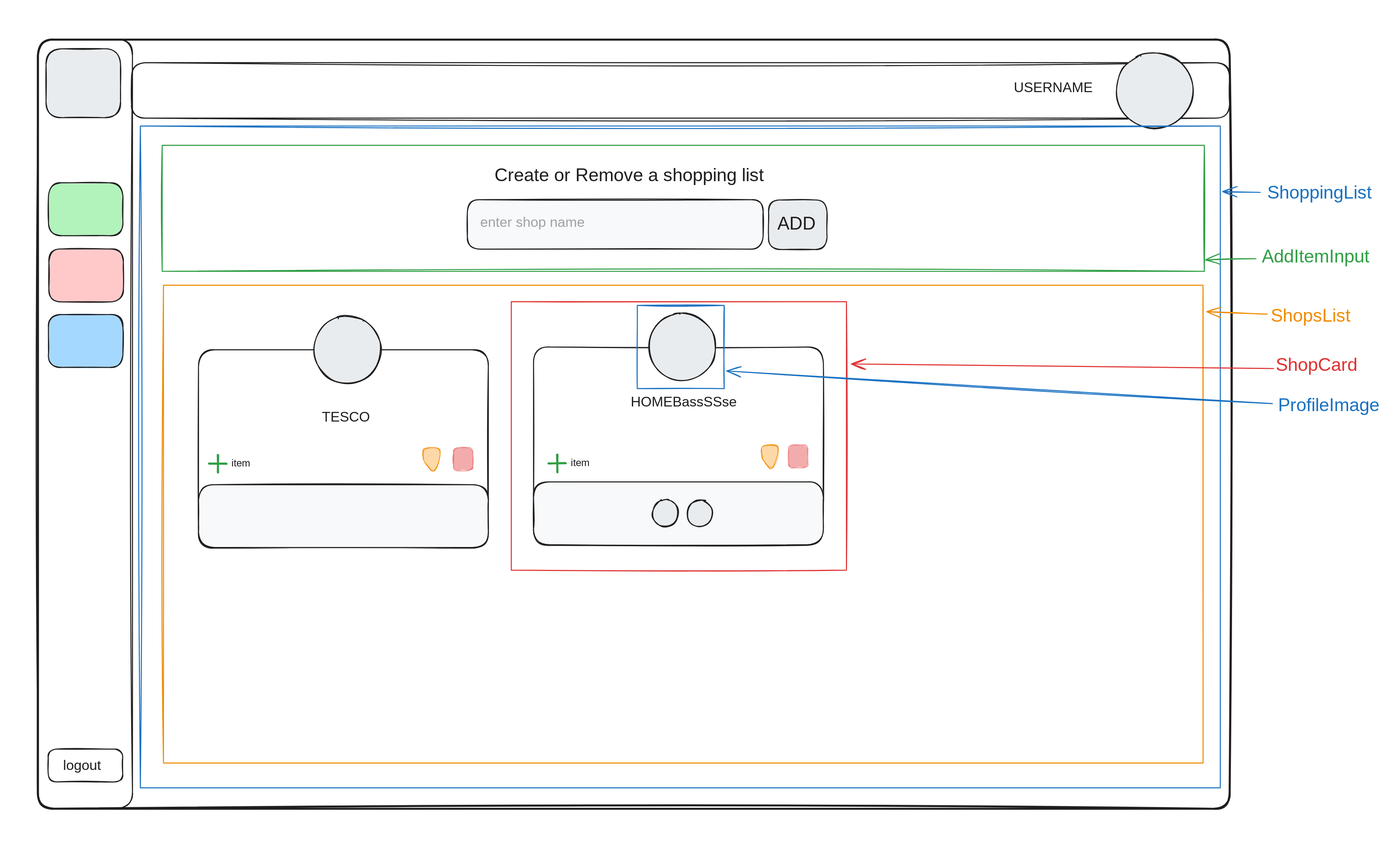
This is docs/wireframes/shopping_list/shopping_list-components.excalidraw.svg from AliMcG/our-house-app, a Excalidraw export, as it was before one commit. Source tidied: one line per element, renumbered; positions are measured from the earlier drawing's top-left corner, leaving out a move shared by most shapes.
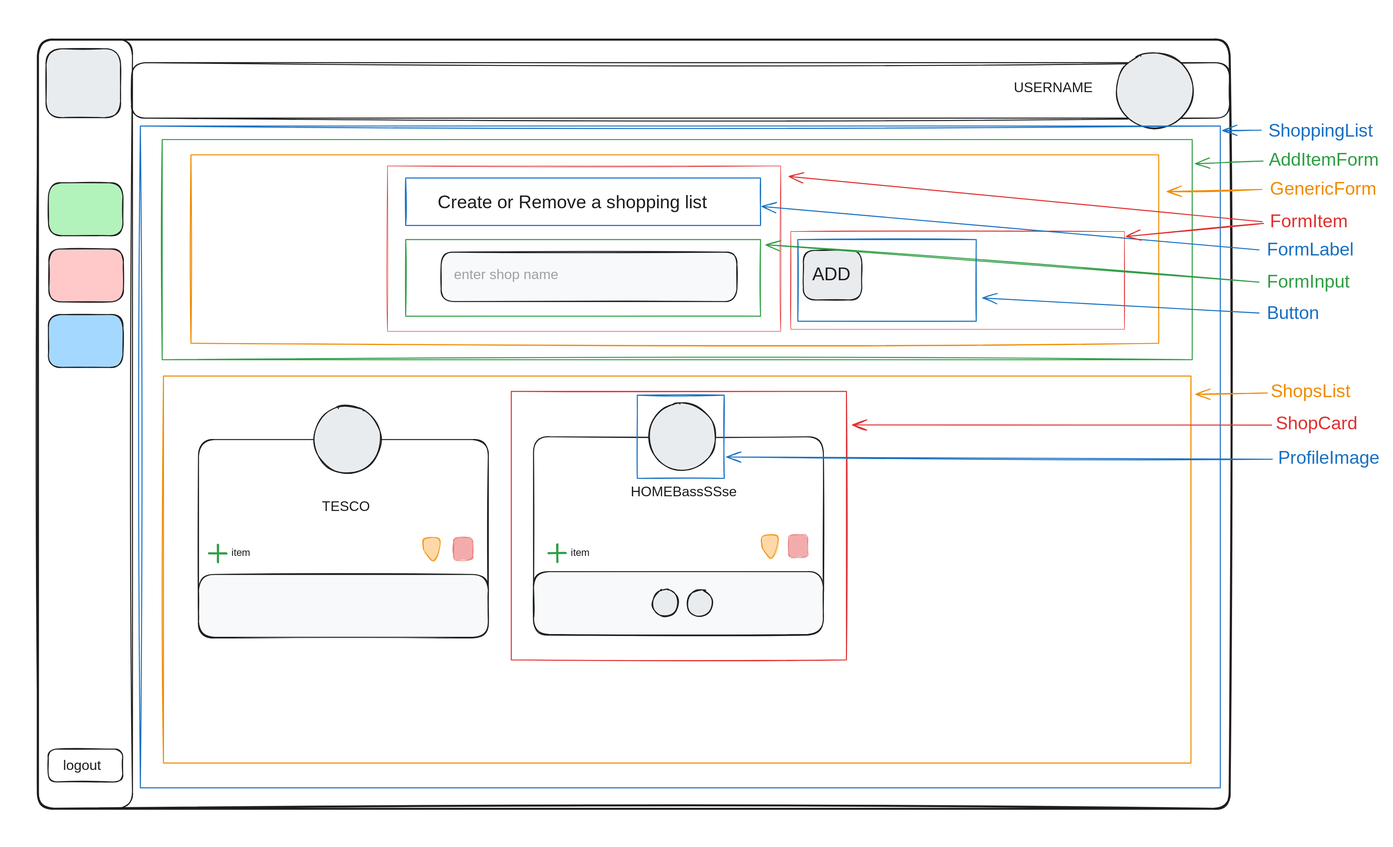
After the commit.

Commit message:
docs: update shopping list components design to reflect new modular AddItemsForm component

the AddItemForm component will allow us to use this component in 4 different location keeping the code DRY. Locations are creating a shopping list, shopping list items, create a chores list, chore list items

Diff of the diagram source:
```diff
@@ -9,45 +9,62 @@
 {"id": 8, "type": "text", "text": "USERNAME", "strokeColor": "#1e1e1e", "strokeWidth": 2, "roughness": 1, "fontSize": 28, "fontFamily": 1, "x": 2001, "y": 147, "width": 152, "height": 35}
 {"id": 9, "type": "ellipse", "strokeColor": "#1e1e1e", "backgroundColor": "#e9ecef", "fillStyle": "solid", "strokeWidth": 2, "roughness": 1, "round": true, "x": 2204, "y": 95, "width": 153, "height": 150}
 {"id": 10, "type": "text", "text": "logout", "strokeColor": "#1e1e1e", "strokeWidth": 2, "roughness": 1, "fontSize": 28, "fontFamily": 1, "x": 115, "y": 1492, "width": 84, "height": 35}
-{"id": 11, "type": "rectangle", "strokeColor": "#1e1e1e", "backgroundColor": "#f8f9fa", "fillStyle": "solid", "strokeWidth": 2, "roughness": 1, "round": true, "x": 917, "y": 386, "width": 587, "height": 98}
+{"id": 11, "type": "rectangle", "strokeColor": "#1e1e1e", "backgroundColor": "#f8f9fa", "fillStyle": "solid", "strokeWidth": 2, "roughness": 1, "round": true, "x": 865, "y": 490, "width": 587, "height": 98}
-{"id": 12, "type": "rectangle", "strokeColor": "#1e1e1e", "backgroundColor": "#e9ecef", "fillStyle": "solid", "strokeWidth": 2, "roughness": 1, "round": true, "x": 1515, "y": 386, "width": 116, "height": 98}
+{"id": 12, "type": "rectangle", "strokeColor": "#1e1e1e", "backgroundColor": "#e9ecef", "fillStyle": "solid", "strokeWidth": 2, "roughness": 1, "round": true, "x": 1584, "y": 486, "width": 116, "height": 98}
-{"id": 13, "type": "text", "text": "ADD", "strokeColor": "#1e1e1e", "strokeWidth": 2, "roughness": 1, "fontSize": 36, "fontFamily": 1, "x": 1533, "y": 413, "width": 80, "height": 45}
+{"id": 13, "type": "text", "text": "ADD", "strokeColor": "#1e1e1e", "strokeWidth": 2, "roughness": 1, "fontSize": 36, "fontFamily": 1, "x": 1602, "y": 513, "width": 80, "height": 45}
-{"id": 14, "type": "text", "text": "Create or Remove a shopping list", "strokeColor": "#1e1e1e", "strokeWidth": 2, "roughness": 1, "fontSize": 36, "fontFamily": 1, "x": 971, "y": 317, "width": 590, "height": 45}
+{"id": 14, "type": "text", "text": "Create or Remove a shopping list", "strokeColor": "#1e1e1e", "strokeWidth": 2, "roughness": 1, "fontSize": 36, "fontFamily": 1, "x": 858, "y": 371, "width": 590, "height": 45}
-{"id": 15, "type": "text", "text": "enter shop name", "strokeColor": "#1e1e1e", "strokeWidth": 2, "roughness": 1, "opacity": 40, "fontSize": 28, "fontFamily": 1, "x": 942, "y": 414, "width": 223, "height": 35}
+{"id": 15, "type": "text", "text": "enter shop name", "strokeColor": "#1e1e1e", "strokeWidth": 2, "roughness": 1, "opacity": 40, "fontSize": 28, "fontFamily": 1, "x": 890, "y": 518, "width": 223, "height": 35}
-{"id": 16, "type": "rectangle", "strokeColor": "#1e1e1e", "backgroundColor": "#ffffff", "fillStyle": "solid", "strokeWidth": 2, "roughness": 1, "round": true, "x": 384, "y": 684, "width": 575, "height": 393}
+{"id": 16, "type": "rectangle", "strokeColor": "#1e1e1e", "backgroundColor": "#ffffff", "fillStyle": "solid", "strokeWidth": 2, "roughness": 1, "round": true, "x": 384, "y": 862, "width": 575, "height": 393}
-{"id": 17, "type": "rectangle", "strokeColor": "#1e1e1e", "backgroundColor": "#f8f9fa", "fillStyle": "solid", "strokeWidth": 2, "roughness": 1, "round": true, "x": 384, "y": 951, "width": 575, "height": 125}
+{"id": 17, "type": "rectangle", "strokeColor": "#1e1e1e", "backgroundColor": "#f8f9fa", "fillStyle": "solid", "strokeWidth": 2, "roughness": 1, "round": true, "x": 384, "y": 1129, "width": 575, "height": 125}
-{"id": 18, "type": "text", "text": "TESCO", "strokeColor": "#1e1e1e", "strokeWidth": 2, "roughness": 1, "fontSize": 28, "fontFamily": 1, "x": 629, "y": 800, "width": 97, "height": 35}
+{"id": 18, "type": "text", "text": "TESCO", "strokeColor": "#1e1e1e", "strokeWidth": 2, "roughness": 1, "fontSize": 28, "fontFamily": 1, "x": 629, "y": 978, "width": 97, "height": 35}
-{"id": 19, "type": "ellipse", "strokeColor": "#1e1e1e", "backgroundColor": "#e9ecef", "fillStyle": "solid", "strokeWidth": 2, "roughness": 1, "round": true, "x": 613, "y": 617, "width": 133, "height": 134}
+{"id": 19, "type": "ellipse", "strokeColor": "#1e1e1e", "backgroundColor": "#e9ecef", "fillStyle": "solid", "strokeWidth": 2, "roughness": 1, "round": true, "x": 613, "y": 795, "width": 133, "height": 134}
-{"id": 20, "type": "rectangle", "strokeColor": "#e03131", "backgroundColor": "#e03131", "fillStyle": "solid", "strokeWidth": 2, "roughness": 1, "opacity": 40, "round": true, "x": 890, "y": 878, "width": 38, "height": 46}
+{"id": 20, "type": "rectangle", "strokeColor": "#e03131", "backgroundColor": "#e03131", "fillStyle": "solid", "strokeWidth": 2, "roughness": 1, "opacity": 40, "round": true, "x": 890, "y": 1056, "width": 38, "height": 46}
-{"id": 21, "type": "rectangle", "strokeColor": "#1e1e1e", "backgroundColor": "#ffffff", "fillStyle": "solid", "strokeWidth": 2, "roughness": 1, "round": true, "x": 1049, "y": 678, "width": 575, "height": 393}
+{"id": 21, "type": "rectangle", "strokeColor": "#1e1e1e", "backgroundColor": "#ffffff", "fillStyle": "solid", "strokeWidth": 2, "roughness": 1, "round": true, "x": 1049, "y": 856, "width": 575, "height": 393}
-{"id": 22, "type": "rectangle", "strokeColor": "#1e1e1e", "backgroundColor": "#f8f9fa", "fillStyle": "solid", "strokeWidth": 2, "roughness": 1, "round": true, "x": 1049, "y": 946, "width": 575, "height": 125}
+{"id": 22, "type": "rectangle", "strokeColor": "#1e1e1e", "backgroundColor": "#f8f9fa", "fillStyle": "solid", "strokeWidth": 2, "roughness": 1, "round": true, "x": 1049, "y": 1124, "width": 575, "height": 125}
-{"id": 23, "type": "text", "text": "HOMEBassSSse", "strokeColor": "#1e1e1e", "strokeWidth": 2, "roughness": 1, "fontSize": 28, "fontFamily": 1, "x": 1241, "y": 771, "width": 210, "height": 35}
+{"id": 23, "type": "text", "text": "HOMEBassSSse", "strokeColor": "#1e1e1e", "strokeWidth": 2, "roughness": 1, "fontSize": 28, "fontFamily": 1, "x": 1241, "y": 949, "width": 210, "height": 35}
-{"id": 24, "type": "ellipse", "strokeColor": "#1e1e1e", "backgroundColor": "#e9ecef", "fillStyle": "solid", "strokeWidth": 2, "roughness": 1, "round": true, "x": 1277, "y": 611, "width": 133, "height": 134}
+{"id": 24, "type": "ellipse", "strokeColor": "#1e1e1e", "backgroundColor": "#e9ecef", "fillStyle": "solid", "strokeWidth": 2, "roughness": 1, "round": true, "x": 1277, "y": 789, "width": 133, "height": 134}
-{"id": 25, "type": "rectangle", "strokeColor": "#e03131", "backgroundColor": "#e03131", "fillStyle": "solid", "strokeWidth": 2, "roughness": 1, "opacity": 40, "round": true, "x": 1554, "y": 872, "width": 38, "height": 46}
+{"id": 25, "type": "rectangle", "strokeColor": "#e03131", "backgroundColor": "#e03131", "fillStyle": "solid", "strokeWidth": 2, "roughness": 1, "opacity": 40, "round": true, "x": 1554, "y": 1050, "width": 38, "height": 46}
-{"id": 26, "type": "ellipse", "strokeColor": "#1e1e1e", "backgroundColor": "#e9ecef", "fillStyle": "solid", "strokeWidth": 2, "roughness": 1, "round": true, "x": 1284, "y": 981, "width": 51, "height": 53}
+{"id": 26, "type": "ellipse", "strokeColor": "#1e1e1e", "backgroundColor": "#e9ecef", "fillStyle": "solid", "strokeWidth": 2, "roughness": 1, "round": true, "x": 1284, "y": 1159, "width": 51, "height": 53}
-{"id": 27, "type": "text", "text": "item", "strokeColor": "#1e1e1e", "strokeWidth": 2, "roughness": 1, "fontSize": 20, "fontFamily": 1, "x": 449, "y": 896, "width": 39, "height": 25}
+{"id": 27, "type": "text", "text": "item", "strokeColor": "#1e1e1e", "strokeWidth": 2, "roughness": 1, "fontSize": 20, "fontFamily": 1, "x": 449, "y": 1074, "width": 39, "height": 25}
-{"id": 28, "type": "line", "strokeColor": "#2f9e44", "backgroundColor": "#e03131", "fillStyle": "solid", "strokeWidth": 4, "roughness": 1, "round": true, "x": 422, "y": 893, "width": 0, "height": 34, "points": [[0, 0], [0, 34]]}
+{"id": 28, "type": "line", "strokeColor": "#2f9e44", "backgroundColor": "#e03131", "fillStyle": "solid", "strokeWidth": 4, "roughness": 1, "round": true, "x": 422, "y": 1071, "width": 0, "height": 34, "points": [[0, 0], [0, 34]]}
-{"id": 29, "type": "line", "strokeColor": "#2f9e44", "backgroundColor": "#e03131", "fillStyle": "solid", "strokeWidth": 4, "roughness": 1, "round": true, "x": 405, "y": 909, "width": 33, "height": 0, "points": [[0, 0], [33, 0]]}
+{"id": 29, "type": "line", "strokeColor": "#2f9e44", "backgroundColor": "#e03131", "fillStyle": "solid", "strokeWidth": 4, "roughness": 1, "round": true, "x": 405, "y": 1087, "width": 33, "height": 0, "points": [[0, 0], [33, 0]]}
-{"id": 30, "type": "text", "text": "item", "strokeColor": "#1e1e1e", "strokeWidth": 2, "roughness": 1, "fontSize": 20, "fontFamily": 1, "x": 1122, "y": 896, "width": 39, "height": 25}
+{"id": 30, "type": "text", "text": "item", "strokeColor": "#1e1e1e", "strokeWidth": 2, "roughness": 1, "fontSize": 20, "fontFamily": 1, "x": 1122, "y": 1074, "width": 39, "height": 25}
-{"id": 31, "type": "line", "strokeColor": "#2f9e44", "backgroundColor": "#e03131", "fillStyle": "solid", "strokeWidth": 4, "roughness": 1, "round": true, "x": 1095, "y": 892, "width": 0, "height": 34, "points": [[0, 0], [0, 34]]}
+{"id": 31, "type": "line", "strokeColor": "#2f9e44", "backgroundColor": "#e03131", "fillStyle": "solid", "strokeWidth": 4, "roughness": 1, "round": true, "x": 1095, "y": 1070, "width": 0, "height": 34, "points": [[0, 0], [0, 34]]}
-{"id": 32, "type": "line", "strokeColor": "#2f9e44", "backgroundColor": "#e03131", "fillStyle": "solid", "strokeWidth": 4, "roughness": 1, "round": true, "x": 1078, "y": 909, "width": 33, "height": 0, "points": [[0, 0], [33, 0]]}
+{"id": 32, "type": "line", "strokeColor": "#2f9e44", "backgroundColor": "#e03131", "fillStyle": "solid", "strokeWidth": 4, "roughness": 1, "round": true, "x": 1078, "y": 1087, "width": 33, "height": 0, "points": [[0, 0], [33, 0]]}
-{"id": 33, "type": "ellipse", "strokeColor": "#1e1e1e", "backgroundColor": "#e9ecef", "fillStyle": "solid", "strokeWidth": 2, "roughness": 1, "round": true, "x": 1353, "y": 981, "width": 51, "height": 53}
+{"id": 33, "type": "ellipse", "strokeColor": "#1e1e1e", "backgroundColor": "#e9ecef", "fillStyle": "solid", "strokeWidth": 2, "roughness": 1, "round": true, "x": 1353, "y": 1159, "width": 51, "height": 53}
-{"id": 34, "type": "line", "strokeColor": "#f08c00", "backgroundColor": "#ffd8a8", "fillStyle": "solid", "strokeWidth": 1, "roughness": 1, "round": true, "x": 831, "y": 904, "width": 29, "height": 44, "points": [[0, 0], [0, -23], [29, -24], [28, 4], [17, 20], [0, 0]]}
+{"id": 34, "type": "line", "strokeColor": "#f08c00", "backgroundColor": "#ffd8a8", "fillStyle": "solid", "strokeWidth": 1, "roughness": 1, "round": true, "x": 831, "y": 1082, "width": 29, "height": 44, "points": [[0, 0], [0, -23], [29, -24], [28, 4], [17, 20], [0, 0]]}
-{"id": 35, "type": "line", "strokeColor": "#f08c00", "backgroundColor": "#ffd8a8", "fillStyle": "solid", "strokeWidth": 1, "roughness": 1, "round": true, "x": 1503, "y": 899, "width": 29, "height": 44, "points": [[0, 0], [0, -23], [29, -24], [28, 4], [17, 20], [0, 0]]}
+{"id": 35, "type": "line", "strokeColor": "#f08c00", "backgroundColor": "#ffd8a8", "fillStyle": "solid", "strokeWidth": 1, "roughness": 1, "round": true, "x": 1503, "y": 1077, "width": 29, "height": 44, "points": [[0, 0], [0, -23], [29, -24], [28, 4], [17, 20], [0, 0]]}
 {"id": 36, "type": "rectangle", "strokeColor": "#1971c2", "strokeWidth": 2, "roughness": 1, "x": 268, "y": 240, "width": 2142, "height": 1312}
-{"id": 37, "type": "text", "text": "ShoppingList", "strokeColor": "#1971c2", "strokeWidth": 2, "roughness": 1, "fontSize": 36, "fontFamily": 1, "x": 2504, "y": 351, "width": 207, "height": 45}
+{"id": 37, "type": "text", "text": "ShoppingList", "strokeColor": "#1971c2", "strokeWidth": 2, "roughness": 1, "fontSize": 36, "fontFamily": 1, "x": 2506, "y": 228, "width": 207, "height": 45}
-{"id": 38, "type": "arrow", "strokeColor": "#1971c2", "strokeWidth": 2, "roughness": 1, "endArrowhead": "arrow", "from": 37, "to": 36, "x": 2490, "y": 371, "width": 74, "height": 2, "points": [[0, 0], [-74, -2]]}
+{"id": 38, "type": "arrow", "strokeColor": "#1971c2", "strokeWidth": 2, "roughness": 1, "endArrowhead": "arrow", "from": 37, "to": 36, "x": 2492, "y": 248, "width": 76, "height": 1, "points": [[0, 0], [-76, 1]]}
-{"id": 39, "type": "rectangle", "strokeColor": "#2f9e44", "strokeWidth": 2, "roughness": 1, "x": 312, "y": 278, "width": 2067, "height": 250}
+{"id": 39, "type": "rectangle", "strokeColor": "#2f9e44", "strokeWidth": 2, "roughness": 1, "x": 312, "y": 267, "width": 2043, "height": 437}
-{"id": 40, "type": "text", "text": "AddItemInput", "strokeColor": "#2f9e44", "strokeWidth": 2, "roughness": 1, "fontSize": 36, "fontFamily": 1, "x": 2493, "y": 478, "width": 242, "height": 45}
-{"id": 41, "type": "arrow", "strokeColor": "#2f9e44", "strokeWidth": 2, "roughness": 1, "endArrowhead": "arrow", "from": 40, "to": 39, "x": 2482, "y": 503, "width": 100, "height": 2, "points": [[0, 0], [-100, 2]]}
+{"id": 53, "type": "text", "text": "AddItemForm", "strokeColor": "#2f9e44", "strokeWidth": 2, "roughness": 1, "fontSize": 36, "fontFamily": 1, "x": 2507, "y": 286, "width": 226, "height": 45}
+{"id": 54, "type": "arrow", "strokeColor": "#2f9e44", "strokeWidth": 2, "roughness": 1, "endArrowhead": "arrow", "from": 53, "to": 39, "x": 2496, "y": 309, "width": 134, "height": 5, "points": [[0, 0], [-134, 5]]}
-{"id": 42, "type": "rectangle", "strokeColor": "#f08c00", "strokeWidth": 2, "roughness": 1, "x": 314, "y": 556, "width": 2062, "height": 947}
+{"id": 42, "type": "rectangle", "strokeColor": "#f08c00", "strokeWidth": 2, "roughness": 1, "x": 314, "y": 736, "width": 2038, "height": 767}
-{"id": 43, "type": "text", "text": "ShopsList", "strokeColor": "#f08c00", "strokeWidth": 2, "roughness": 1, "fontSize": 36, "fontFamily": 1, "x": 2511, "y": 596, "width": 166, "height": 45}
+{"id": 43, "type": "text", "text": "ShopsList", "strokeColor": "#f08c00", "strokeWidth": 2, "roughness": 1, "fontSize": 36, "fontFamily": 1, "x": 2511, "y": 746, "width": 166, "height": 45}
-{"id": 44, "type": "arrow", "strokeColor": "#f08c00", "strokeWidth": 2, "roughness": 1, "endArrowhead": "arrow", "from": 43, "to": 42, "x": 2504, "y": 613, "width": 120, "height": 5, "points": [[0, 0], [-120, -5]]}
+{"id": 44, "type": "arrow", "strokeColor": "#f08c00", "strokeWidth": 2, "roughness": 1, "endArrowhead": "arrow", "from": 43, "to": 42, "x": 2504, "y": 769, "width": 142, "height": 3, "points": [[0, 0], [-142, 3]]}
-{"id": 45, "type": "rectangle", "strokeColor": "#e03131", "strokeWidth": 2, "roughness": 1, "x": 1004, "y": 588, "width": 665, "height": 532}
+{"id": 45, "type": "rectangle", "strokeColor": "#e03131", "strokeWidth": 2, "roughness": 1, "x": 1004, "y": 766, "width": 665, "height": 532}
-{"id": 46, "type": "text", "text": "ShopCard", "strokeColor": "#e03131", "strokeWidth": 2, "roughness": 1, "fontSize": 36, "fontFamily": 1, "x": 2521, "y": 693, "width": 161, "height": 45}
+{"id": 46, "type": "text", "text": "ShopCard", "strokeColor": "#e03131", "strokeWidth": 2, "roughness": 1, "fontSize": 36, "fontFamily": 1, "x": 2521, "y": 809, "width": 161, "height": 45}
-{"id": 47, "type": "arrow", "strokeColor": "#e03131", "strokeWidth": 2, "roughness": 1, "endArrowhead": "arrow", "from": 46, "to": 45, "x": 2517, "y": 721, "width": 837, "height": 9, "points": [[0, 0], [-837, -9]]}
+{"id": 47, "type": "arrow", "strokeColor": "#e03131", "strokeWidth": 2, "roughness": 1, "endArrowhead": "arrow", "from": 46, "to": 45, "x": 2513, "y": 833, "width": 831, "height": 0, "points": [[0, 0], [-831, 0]]}
-{"id": 48, "type": "rectangle", "strokeColor": "#1971c2", "strokeWidth": 2, "roughness": 1, "x": 1254, "y": 596, "width": 172, "height": 165}
+{"id": 48, "type": "rectangle", "strokeColor": "#1971c2", "strokeWidth": 2, "roughness": 1, "x": 1254, "y": 774, "width": 172, "height": 165}
-{"id": 49, "type": "text", "text": "ProfileImage", "strokeColor": "#1971c2", "strokeWidth": 2, "roughness": 1, "fontSize": 36, "fontFamily": 1, "x": 2526, "y": 773, "width": 218, "height": 45}
+{"id": 49, "type": "text", "text": "ProfileImage", "strokeColor": "#1971c2", "strokeWidth": 2, "roughness": 1, "fontSize": 36, "fontFamily": 1, "x": 2526, "y": 877, "width": 218, "height": 45}
-{"id": 50, "type": "arrow", "strokeColor": "#1971c2", "strokeWidth": 2, "roughness": 1, "endArrowhead": "arrow", "from": 49, "to": 48, "x": 2514, "y": 790, "width": 1082, "height": 65, "points": [[0, 0], [-1082, -65]]}
+{"id": 50, "type": "arrow", "strokeColor": "#1971c2", "strokeWidth": 2, "roughness": 1, "endArrowhead": "arrow", "from": 49, "to": 48, "x": 2514, "y": 901, "width": 1082, "height": 4, "points": [[0, 0], [-1082, -4]]}
 {"id": 51, "type": "ellipse", "strokeColor": "#1e1e1e", "backgroundColor": "#e9ecef", "fillStyle": "solid", "strokeWidth": 2, "roughness": 1, "opacity": 0, "round": true, "x": 0, "y": 0, "width": 133, "height": 134}
 {"id": 52, "type": "ellipse", "strokeColor": "#1e1e1e", "backgroundColor": "#e9ecef", "fillStyle": "solid", "strokeWidth": 2, "roughness": 1, "opacity": 0, "round": true, "x": 74, "y": 1526, "width": 133, "height": 134}
+{"id": 55, "type": "rectangle", "strokeColor": "#f08c00", "strokeWidth": 2, "roughness": 1, "x": 369, "y": 297, "width": 1920, "height": 374}
+{"id": 56, "type": "text", "text": "GenericForm", "strokeColor": "#f08c00", "strokeWidth": 2, "roughness": 1, "fontSize": 36, "fontFamily": 1, "x": 2509, "y": 344, "width": 205, "height": 45}
+{"id": 57, "type": "arrow", "strokeColor": "#f08c00", "strokeWidth": 2, "roughness": 1, "endArrowhead": "arrow", "from": 56, "to": 55, "x": 2494, "y": 366, "width": 188, "height": 4, "points": [[0, 0], [-188, 4]]}
+{"id": 58, "type": "rectangle", "strokeColor": "#e03131", "strokeWidth": 1, "roughness": 1, "x": 759, "y": 319, "width": 780, "height": 328}
+{"id": 59, "type": "rectangle", "strokeColor": "#e03131", "strokeWidth": 1, "roughness": 1, "x": 1559, "y": 449, "width": 662, "height": 194}
+{"id": 60, "type": "text", "text": "FormItem", "strokeColor": "#e03131", "strokeWidth": 2, "roughness": 1, "fontSize": 36, "fontFamily": 1, "x": 2509, "y": 408, "width": 161, "height": 45}
+{"id": 61, "type": "arrow", "strokeColor": "#e03131", "strokeWidth": 2, "roughness": 1, "endArrowhead": "arrow", "from": 60, "to": 58, "x": 2494, "y": 430, "width": 938, "height": 90, "points": [[0, 0], [-938, -90]]}
+{"id": 62, "type": "text", "text": "FormLabel", "strokeColor": "#1971c2", "strokeWidth": 2, "roughness": 1, "fontSize": 36, "fontFamily": 1, "x": 2503, "y": 464, "width": 172, "height": 45}
+{"id": 63, "type": "arrow", "strokeColor": "#1971c2", "strokeWidth": 2, "roughness": 1, "endArrowhead": "arrow", "from": 62, "to": 67, "x": 2488, "y": 485, "width": 986, "height": 86, "points": [[0, 0], [-986, -86]]}
+{"id": 64, "type": "text", "text": "FormInput", "strokeColor": "#2f9e44", "strokeWidth": 2, "roughness": 1, "fontSize": 36, "fontFamily": 1, "x": 2503, "y": 528, "width": 174, "height": 45}
+{"id": 65, "type": "arrow", "strokeColor": "#2f9e44", "strokeWidth": 2, "roughness": 1, "endArrowhead": "arrow", "from": 64, "to": 68, "x": 2488, "y": 549, "width": 978, "height": 74, "points": [[0, 0], [-978, -74]]}
+{"id": 40, "type": "text", "text": "Button", "strokeColor": "#1971c2", "strokeWidth": 2, "roughness": 1, "fontSize": 36, "fontFamily": 1, "x": 2503, "y": 590, "width": 124, "height": 45}
+{"id": 41, "type": "arrow", "strokeColor": "#1971c2", "strokeWidth": 2, "roughness": 1, "endArrowhead": "arrow", "from": 40, "to": 69, "x": 2488, "y": 611, "width": 548, "height": 30, "points": [[0, 0], [-548, -30]]}
+{"id": 66, "type": "arrow", "strokeColor": "#e03131", "strokeWidth": 2, "roughness": 1, "endArrowhead": "arrow", "from": 60, "to": 59, "x": 2497, "y": 433, "width": 272, "height": 26, "points": [[0, 0], [-272, 26]]}
+{"id": 67, "type": "rectangle", "strokeColor": "#1971c2", "strokeWidth": 2, "roughness": 1, "x": 795, "y": 343, "width": 704, "height": 94}
+{"id": 68, "type": "rectangle", "strokeColor": "#2f9e44", "strokeWidth": 2, "roughness": 1, "x": 795, "y": 465, "width": 704, "height": 152}
+{"id": 69, "type": "rectangle", "strokeColor": "#1971c2", "strokeWidth": 2, "roughness": 1, "x": 1573, "y": 465, "width": 354, "height": 162}
```
